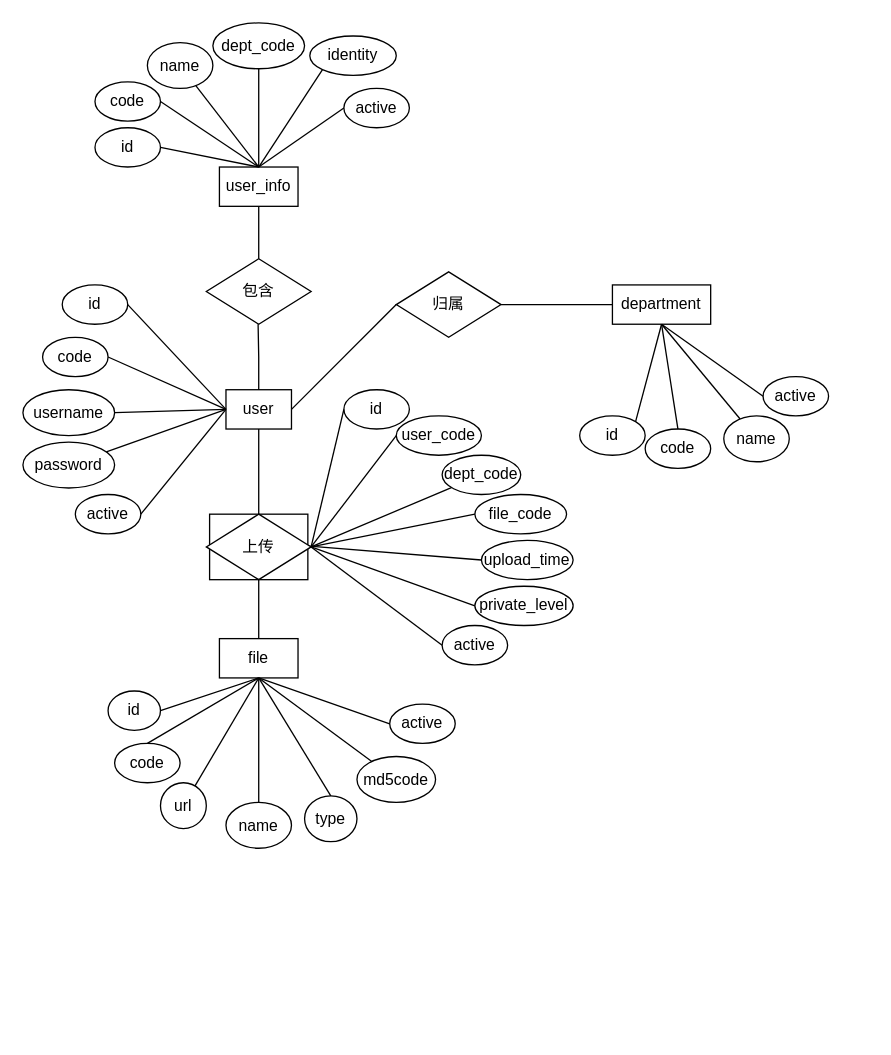
Above: er2.drawio in ppp-203/ppp-203 (draw.io), before the change. Source tidied: cells renumbered, new cells numbered last; positions are measured from the earlier drawing's top-left corner, leaving out a move shared by most shapes. Both pictures are drawn from the tidied source at 131%, with x=0, y=0 at pixel (22, 22).
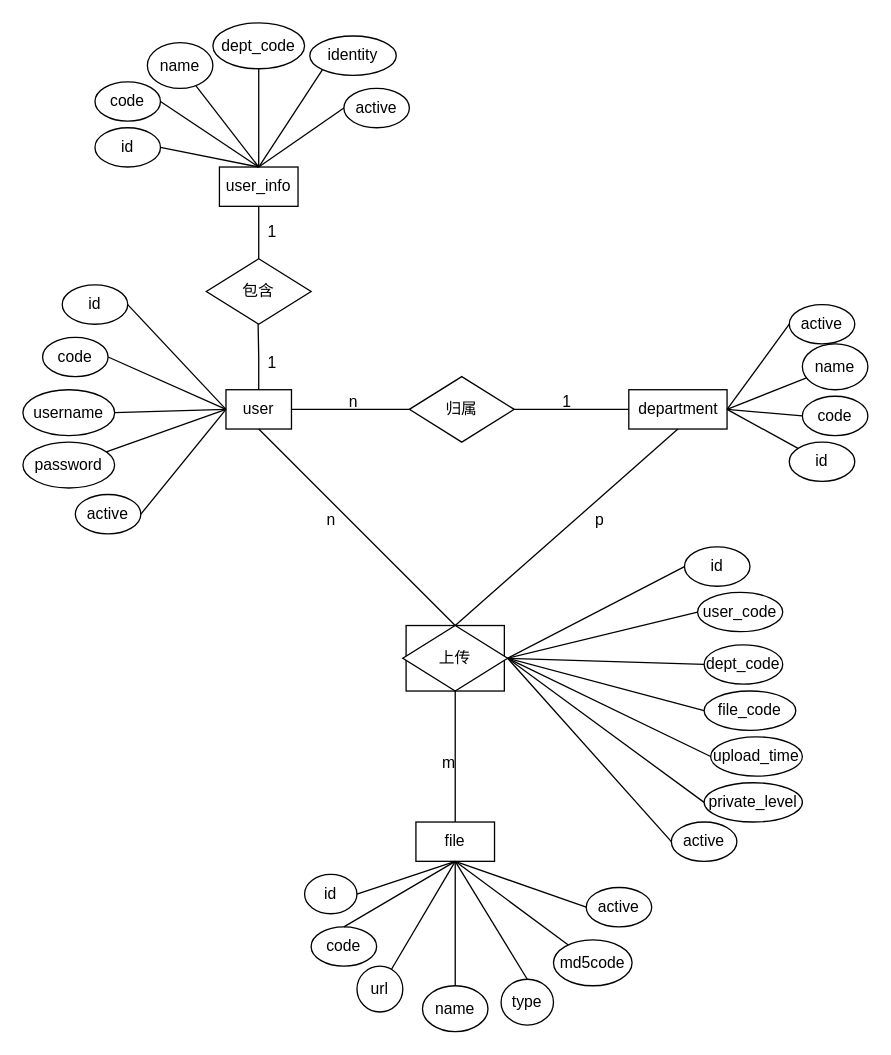
The same diagram, later.

The change refers to these unchanged cells:
```xml
<mxCell id="2" value="user" style="rounded=0;whiteSpace=wrap;html=1;" parent="1" vertex="1">
  <mxGeometry x="155" y="280" width="50" height="30" as="geometry" />
</mxCell>
```

The edit, as a diff of the source:
```diff
@@
     <mxCell id="26" value="department" style="rounded=0;whiteSpace=wrap;html=1;" parent="1" vertex="1">
-      <mxGeometry x="450" y="200" width="75" height="30" as="geometry" />
+      <mxGeometry x="462.5" y="280" width="75" height="30" as="geometry" />
     </mxCell>
     <mxCell id="27" value="id" style="ellipse;whiteSpace=wrap;html=1;" parent="1" vertex="1">
-      <mxGeometry x="425" y="300" width="50" height="30" as="geometry" />
+      <mxGeometry x="585" y="320" width="50" height="30" as="geometry" />
     </mxCell>
     <mxCell id="28" value="code" style="ellipse;whiteSpace=wrap;html=1;" parent="1" vertex="1">
-      <mxGeometry x="475" y="310" width="50" height="30" as="geometry" />
+      <mxGeometry x="595" y="285" width="50" height="30" as="geometry" />
     </mxCell>
     <mxCell id="29" value="name" style="ellipse;whiteSpace=wrap;html=1;" parent="1" vertex="1">
-      <mxGeometry x="535" y="300" width="50" height="35" as="geometry" />
+      <mxGeometry x="595" y="245" width="50" height="35" as="geometry" />
     </mxCell>
     <mxCell id="30" value="active" style="ellipse;whiteSpace=wrap;html=1;" parent="1" vertex="1">
-      <mxGeometry x="565" y="270" width="50" height="30" as="geometry" />
+      <mxGeometry x="585" y="215" width="50" height="30" as="geometry" />
     </mxCell>
-    <mxCell id="31" style="endArrow=none;html=1;rounded=0;exitX=1;exitY=0;exitDx=0;exitDy=0;entryX=0.5;entryY=1;entryDx=0;entryDy=0;" parent="1" edge="1" source="27" target="26">
+    <mxCell id="31" style="endArrow=none;html=1;rounded=0;entryX=1;entryY=0.5;entryDx=0;entryDy=0;" parent="1" edge="1" source="27" target="26">
       <mxGeometry relative="1" as="geometry" />
     </mxCell>
-    <mxCell id="32" style="endArrow=none;html=1;rounded=0;exitX=0.5;exitY=0;exitDx=0;exitDy=0;entryX=0.5;entryY=1;entryDx=0;entryDy=0;" parent="1" edge="1" source="28" target="26">
+    <mxCell id="32" style="endArrow=none;html=1;rounded=0;exitX=0;exitY=0.5;exitDx=0;exitDy=0;entryX=1;entryY=0.5;entryDx=0;entryDy=0;" parent="1" edge="1" source="28" target="26">
       <mxGeometry relative="1" as="geometry" />
     </mxCell>
-    <mxCell id="33" style="endArrow=none;html=1;rounded=0;entryX=0.5;entryY=1;entryDx=0;entryDy=0;" parent="1" edge="1" source="29" target="26">
+    <mxCell id="33" style="endArrow=none;html=1;rounded=0;entryX=1;entryY=0.5;entryDx=0;entryDy=0;" parent="1" edge="1" source="29" target="26">
       <mxGeometry relative="1" as="geometry" />
     </mxCell>
-    <mxCell id="34" style="endArrow=none;html=1;rounded=0;exitX=0;exitY=0.5;exitDx=0;exitDy=0;entryX=0.5;entryY=1;entryDx=0;entryDy=0;" parent="1" edge="1" source="30" target="26">
+    <mxCell id="34" style="endArrow=none;html=1;rounded=0;exitX=0;exitY=0.5;exitDx=0;exitDy=0;entryX=1;entryY=0.5;entryDx=0;entryDy=0;" parent="1" edge="1" source="30" target="26">
       <mxGeometry relative="1" as="geometry" />
     </mxCell>
     <mxCell id="35" value="file" style="rounded=0;whiteSpace=wrap;html=1;" parent="1" vertex="1">
-      <mxGeometry x="150" y="470" width="60" height="30" as="geometry" />
+      <mxGeometry x="300" y="610" width="60" height="30" as="geometry" />
     </mxCell>
     <mxCell id="36" value="id" style="ellipse;whiteSpace=wrap;html=1;" parent="1" vertex="1">
-      <mxGeometry x="65" y="510" width="40" height="30" as="geometry" />
+      <mxGeometry x="215" y="650" width="40" height="30" as="geometry" />
     </mxCell>
     <mxCell id="37" value="code" style="ellipse;whiteSpace=wrap;html=1;" parent="1" vertex="1">
-      <mxGeometry x="70" y="550" width="50" height="30" as="geometry" />
+      <mxGeometry x="220" y="690" width="50" height="30" as="geometry" />
     </mxCell>
     <mxCell id="38" value="url" style="ellipse;whiteSpace=wrap;html=1;" parent="1" vertex="1">
-      <mxGeometry x="105" y="580" width="35" height="35" as="geometry" />
+      <mxGeometry x="255" y="720" width="35" height="35" as="geometry" />
     </mxCell>
     <mxCell id="39" value="type" style="ellipse;whiteSpace=wrap;html=1;" parent="1" vertex="1">
-      <mxGeometry x="215" y="590" width="40" height="35" as="geometry" />
+      <mxGeometry x="365" y="730" width="40" height="35" as="geometry" />
     </mxCell>
     <mxCell id="40" value="active" style="ellipse;whiteSpace=wrap;html=1;" parent="1" vertex="1">
-      <mxGeometry x="280" y="520" width="50" height="30" as="geometry" />
+      <mxGeometry x="430" y="660" width="50" height="30" as="geometry" />
     </mxCell>
@@
     <mxCell id="46" value="name" style="ellipse;whiteSpace=wrap;html=1;" parent="1" vertex="1">
-      <mxGeometry x="155" y="595" width="50" height="35" as="geometry" />
+      <mxGeometry x="305" y="735" width="50" height="35" as="geometry" />
     </mxCell>
@@
     <mxCell id="48" value="md5code" style="ellipse;whiteSpace=wrap;html=1;" parent="1" vertex="1">
-      <mxGeometry x="255" y="560" width="60" height="35" as="geometry" />
+      <mxGeometry x="405" y="700" width="60" height="35" as="geometry" />
     </mxCell>
@@
     <mxCell id="50" value="id" style="ellipse;whiteSpace=wrap;html=1;" parent="1" vertex="1">
-      <mxGeometry x="245" y="280" width="50" height="30" as="geometry" />
+      <mxGeometry x="505" y="400" width="50" height="30" as="geometry" />
     </mxCell>
     <mxCell id="51" value="user_code" style="ellipse;whiteSpace=wrap;html=1;" parent="1" vertex="1">
-      <mxGeometry x="285" y="300" width="65" height="30" as="geometry" />
+      <mxGeometry x="515" y="434.7" width="65" height="30" as="geometry" />
     </mxCell>
     <mxCell id="52" value="dept_code" style="ellipse;whiteSpace=wrap;html=1;" parent="1" vertex="1">
-      <mxGeometry x="320" y="330" width="60" height="30" as="geometry" />
+      <mxGeometry x="520" y="474.7" width="60" height="30" as="geometry" />
     </mxCell>
     <mxCell id="53" value="upload_time" style="ellipse;whiteSpace=wrap;html=1;" parent="1" vertex="1">
-      <mxGeometry x="350" y="395" width="70" height="30" as="geometry" />
+      <mxGeometry x="525" y="545" width="70" height="30" as="geometry" />
     </mxCell>
     <mxCell id="54" value="active" style="ellipse;whiteSpace=wrap;html=1;" parent="1" vertex="1">
-      <mxGeometry x="320" y="460" width="50" height="30" as="geometry" />
+      <mxGeometry x="495" y="610" width="50" height="30" as="geometry" />
     </mxCell>
@@
-    <mxCell id="57" style="endArrow=none;html=1;rounded=0;entryX=1;entryY=0.5;entryDx=0;entryDy=0;" parent="1" edge="1" source="52" target="70">
+    <mxCell id="57" style="endArrow=none;html=1;rounded=0;entryX=1;entryY=0.5;entryDx=0;entryDy=0;exitX=0;exitY=0.5;exitDx=0;exitDy=0;" parent="1" edge="1" source="52" target="70">
       <mxGeometry relative="1" as="geometry" />
     </mxCell>
-    <mxCell id="58" style="endArrow=none;html=1;rounded=0;exitX=0;exitY=0.5;exitDx=0;exitDy=0;entryX=0.925;entryY=0.48;entryDx=0;entryDy=0;entryPerimeter=0;" parent="1" edge="1" source="53" target="70">
+    <mxCell id="58" style="endArrow=none;html=1;rounded=0;exitX=0;exitY=0.5;exitDx=0;exitDy=0;entryX=1;entryY=0.5;entryDx=0;entryDy=0;" parent="1" edge="1" source="53" target="70">
       <mxGeometry relative="1" as="geometry" />
     </mxCell>
@@
     <mxCell id="60" value="file_code" style="ellipse;whiteSpace=wrap;html=1;" parent="1" vertex="1">
-      <mxGeometry x="345" y="360" width="70" height="30" as="geometry" />
+      <mxGeometry x="520" y="510" width="70" height="30" as="geometry" />
     </mxCell>
@@
     <mxCell id="62" value="private_level" style="ellipse;whiteSpace=wrap;html=1;" parent="1" vertex="1">
-      <mxGeometry x="345" y="430" width="75" height="30" as="geometry" />
+      <mxGeometry x="520" y="580" width="75" height="30" as="geometry" />
     </mxCell>
@@
     <mxCell id="67" value="归属" style="rhombus;whiteSpace=wrap;html=1;" parent="1" vertex="1">
-      <mxGeometry x="285" y="190" width="80" height="50" as="geometry" />
+      <mxGeometry x="295" y="270" width="80" height="50" as="geometry" />
     </mxCell>
-    <mxCell id="68" style="endArrow=none;html=1;rounded=0;edgeStyle=orthogonalEdgeStyle;exitX=1;exitY=0.5;exitDx=0;exitDy=0;entryX=0;entryY=0.5;entryDx=0;entryDy=0;" parent="1" edge="1" source="67" target="26">
-      <mxGeometry relative="1" as="geometry" />
-    </mxCell>
     <mxCell id="69" style="rounded=0;whiteSpace=wrap;html=1;" parent="1" vertex="1">
-      <mxGeometry x="142.5" y="375" width="75" height="50" as="geometry" />
+      <mxGeometry x="292.5" y="460" width="75" height="50" as="geometry" />
     </mxCell>
     <mxCell id="70" value="上传" style="rhombus;whiteSpace=wrap;html=1;" parent="1" vertex="1">
-      <mxGeometry x="140" y="375" width="80" height="50" as="geometry" />
+      <mxGeometry x="290" y="460" width="80" height="50" as="geometry" />
     </mxCell>
@@
-    <mxCell id="72" style="endArrow=none;html=1;rounded=0;edgeStyle=orthogonalEdgeStyle;exitX=0.5;exitY=0;exitDx=0;exitDy=0;entryX=0.5;entryY=1;entryDx=0;entryDy=0;" parent="1" edge="1" source="69" target="2">
-      <mxGeometry relative="1" as="geometry" />
-    </mxCell>
-    <mxCell id="73" style="endArrow=none;html=1;rounded=0;edgeStyle=orthogonalEdgeStyle;exitX=0.5;exitY=0;exitDx=0;exitDy=0;entryX=0.5;entryY=1;entryDx=0;entryDy=0;" parent="1" edge="1" source="35" target="70">
-      <mxGeometry relative="1" as="geometry" />
-    </mxCell>
+    <mxCell id="74" style="endArrow=none;html=1;rounded=0;exitX=0;exitY=0.5;exitDx=0;exitDy=0;entryX=1;entryY=0.5;entryDx=0;entryDy=0;" parent="1" edge="1" source="26" target="67">
+      <mxGeometry relative="1" as="geometry" />
+    </mxCell>
+    <mxCell id="75" value="1" style="text;html=1;align=center;verticalAlign=middle;strokeColor=none;fillColor=none;" parent="1" vertex="1">
+      <mxGeometry x="180" y="250" width="20" height="20" as="geometry" />
+    </mxCell>
+    <mxCell id="76" value="1" style="text;html=1;align=center;verticalAlign=middle;strokeColor=none;fillColor=none;" parent="1" vertex="1">
+      <mxGeometry x="180" y="150" width="20" height="20" as="geometry" />
+    </mxCell>
+    <mxCell id="77" value="1" style="text;html=1;align=center;verticalAlign=middle;strokeColor=none;fillColor=none;" parent="1" vertex="1">
+      <mxGeometry x="405" y="280" width="20" height="20" as="geometry" />
+    </mxCell>
+    <mxCell id="78" value="n" style="text;html=1;align=center;verticalAlign=middle;strokeColor=none;fillColor=none;" parent="1" vertex="1">
+      <mxGeometry x="242" y="280" width="20" height="20" as="geometry" />
+    </mxCell>
+    <mxCell id="79" style="endArrow=none;html=1;rounded=0;exitX=0.5;exitY=1;exitDx=0;exitDy=0;entryX=0.5;entryY=0;entryDx=0;entryDy=0;" parent="1" edge="1" source="70" target="35">
+      <mxGeometry relative="1" as="geometry" />
+    </mxCell>
+    <mxCell id="80" style="endArrow=none;html=1;rounded=0;exitX=0.5;exitY=1;exitDx=0;exitDy=0;entryX=0.5;entryY=0;entryDx=0;entryDy=0;" parent="1" edge="1" source="26" target="70">
+      <mxGeometry relative="1" as="geometry" />
+    </mxCell>
+    <mxCell id="81" style="endArrow=none;html=1;rounded=0;exitX=0.5;exitY=0;exitDx=0;exitDy=0;entryX=0.5;entryY=1;entryDx=0;entryDy=0;" parent="1" edge="1" source="70" target="2">
+      <mxGeometry relative="1" as="geometry" />
+    </mxCell>
+    <mxCell id="82" value="n" style="text;html=1;align=center;verticalAlign=middle;strokeColor=none;fillColor=none;" parent="1" vertex="1">
+      <mxGeometry x="225" y="370" width="20" height="20" as="geometry" />
+    </mxCell>
+    <mxCell id="83" value="p" style="text;html=1;align=center;verticalAlign=middle;strokeColor=none;fillColor=none;" parent="1" vertex="1">
+      <mxGeometry x="430" y="370" width="20" height="20" as="geometry" />
+    </mxCell>
+    <mxCell id="84" value="m" style="text;html=1;align=center;verticalAlign=middle;strokeColor=none;fillColor=none;" parent="1" vertex="1">
+      <mxGeometry x="310" y="555" width="30" height="20" as="geometry" />
+    </mxCell>
```
